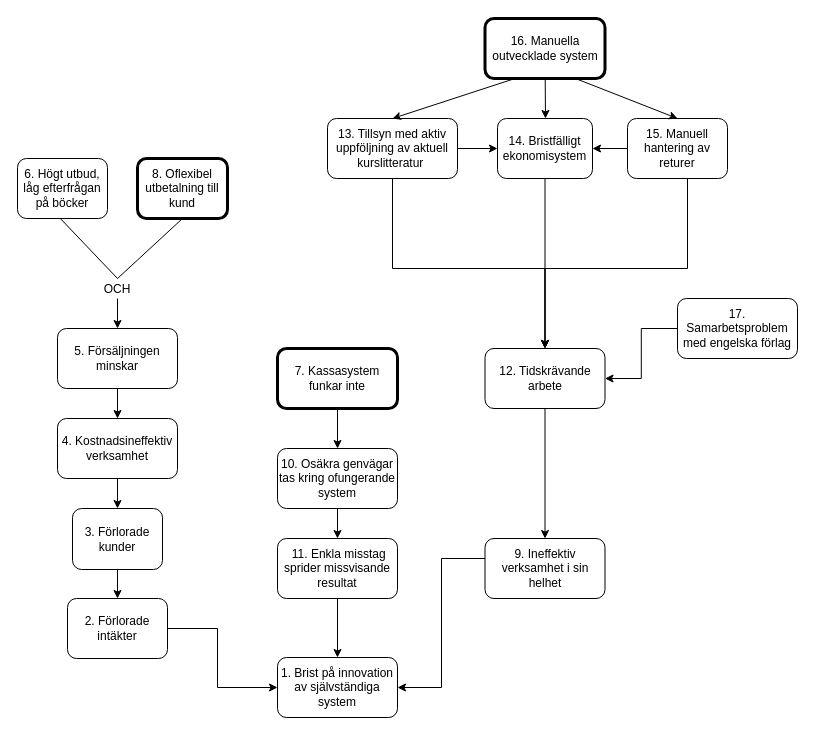
Before: Namnlöst diagram.drawio in madlo5/madlo5, a draw.io diagram. Source tidied: cells renumbered, new cells numbered last; positions are measured from the earlier drawing's top-left corner, leaving out a move shared by most shapes. Both pictures are drawn from the tidied source at 100%, with x=0, y=0 at pixel (17, 18).
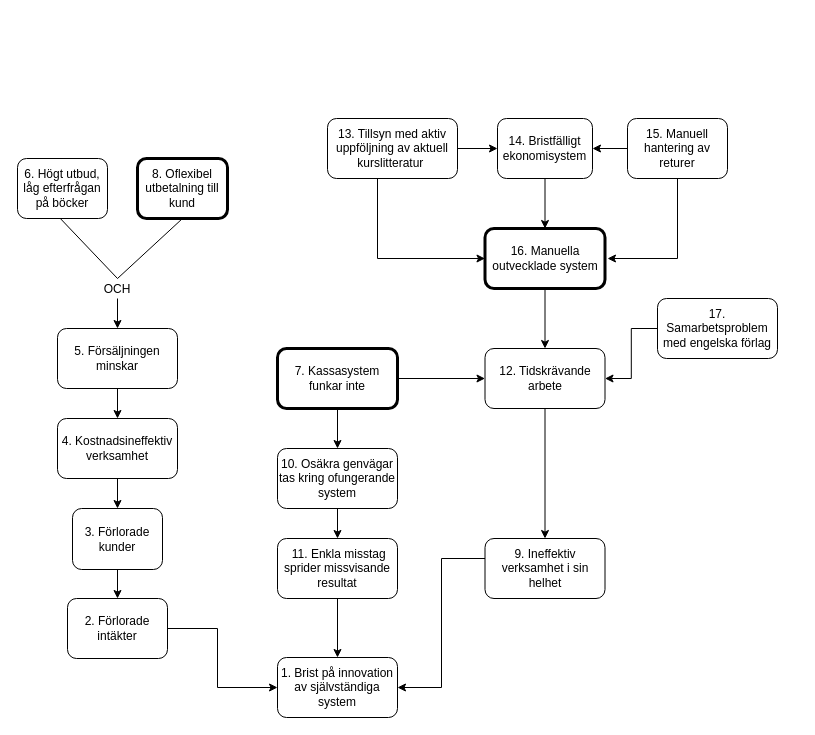
After the change.

The change refers to these unchanged cells:
```xml
<mxCell id="12" value="7. Kassasystem funkar inte" style="rounded=1;whiteSpace=wrap;html=1;strokeWidth=3;" parent="1" vertex="1">
  <mxGeometry x="260" y="330" width="120" height="60" as="geometry" />
</mxCell>
<mxCell id="18" value="13. Tillsyn med aktiv uppföljning av aktuell kurslitteratur&amp;nbsp;" style="rounded=1;whiteSpace=wrap;html=1;" parent="1" vertex="1">
  <mxGeometry x="310" y="100" width="130" height="60" as="geometry" />
</mxCell>
<mxCell id="20" value="14. Bristfälligt ekonomisystem" style="rounded=1;whiteSpace=wrap;html=1;" parent="1" vertex="1">
  <mxGeometry x="480" y="100" width="95" height="60" as="geometry" />
</mxCell>
<mxCell id="22" value="12. Tidskrävande arbete" style="rounded=1;whiteSpace=wrap;html=1;" parent="1" vertex="1">
  <mxGeometry x="467.5" y="330" width="120" height="60" as="geometry" />
</mxCell>
<mxCell id="25" value="15. Manuell hantering av returer" style="rounded=1;whiteSpace=wrap;html=1;" parent="1" vertex="1">
  <mxGeometry x="610" y="100" width="100" height="60" as="geometry" />
</mxCell>
```

What changed in the source:
```diff
@@
+    <mxCell id="41" style="edgeStyle=orthogonalEdgeStyle;rounded=0;jettySize=auto;html=1;entryX=0;entryY=0.5;entryDx=0;entryDy=0;" parent="1" edge="1" source="12" target="22">
+      <mxGeometry relative="1" as="geometry" />
+    </mxCell>
@@
-    <mxCell id="17" style="edgeStyle=orthogonalEdgeStyle;rounded=0;jettySize=auto;html=1;entryX=0.5;entryY=0;entryDx=0;entryDy=0;" parent="1" edge="1" source="18" target="22">
-      <mxGeometry relative="1" as="geometry">
-        <Array as="points">
-          <mxPoint x="375" y="250" />
-          <mxPoint x="528" y="250" />
-        </Array>
-      </mxGeometry>
-    </mxCell>
+    <mxCell id="42" style="edgeStyle=orthogonalEdgeStyle;rounded=0;jettySize=auto;html=1;entryX=0;entryY=0.5;entryDx=0;entryDy=0;" parent="1" edge="1" source="18" target="30">
+      <mxGeometry relative="1" as="geometry">
+        <Array as="points">
+          <mxPoint x="360" y="240" />
+        </Array>
+      </mxGeometry>
+    </mxCell>
@@
-    <mxCell id="19" style="edgeStyle=orthogonalEdgeStyle;rounded=0;jettySize=auto;html=1;entryX=0.5;entryY=0;entryDx=0;entryDy=0;" parent="1" edge="1" source="20" target="22">
-      <mxGeometry relative="1" as="geometry" />
-    </mxCell>
+    <mxCell id="43" style="edgeStyle=orthogonalEdgeStyle;rounded=0;jettySize=auto;html=1;" parent="1" edge="1" source="20" target="30">
+      <mxGeometry relative="1" as="geometry" />
+    </mxCell>
@@
-    <mxCell id="23" style="edgeStyle=orthogonalEdgeStyle;rounded=0;jettySize=auto;html=1;entryX=0.5;entryY=0;entryDx=0;entryDy=0;exitX=0.5;exitY=1;exitDx=0;exitDy=0;" parent="1" edge="1" source="25" target="22">
-      <mxGeometry relative="1" as="geometry">
-        <Array as="points">
-          <mxPoint x="670" y="250" />
-          <mxPoint x="528" y="250" />
-        </Array>
-      </mxGeometry>
-    </mxCell>
@@
+    <mxCell id="44" style="edgeStyle=orthogonalEdgeStyle;rounded=0;jettySize=auto;html=1;" parent="1" edge="1" source="25">
+      <mxGeometry relative="1" as="geometry">
+        <mxPoint x="590" y="240" as="targetPoint" />
+        <Array as="points">
+          <mxPoint x="660" y="240" />
+          <mxPoint x="590" y="240" />
+        </Array>
+      </mxGeometry>
+    </mxCell>
@@
     <mxCell id="27" value="17. Samarbetsproblem med engelska förlag" style="rounded=1;whiteSpace=wrap;html=1;" parent="1" vertex="1">
-      <mxGeometry x="660" y="280" width="120" height="60" as="geometry" />
+      <mxGeometry x="640" y="280" width="120" height="60" as="geometry" />
     </mxCell>
@@
+    <mxCell id="45" style="edgeStyle=orthogonalEdgeStyle;rounded=0;jettySize=auto;html=1;" parent="1" edge="1" source="30" target="22">
+      <mxGeometry relative="1" as="geometry" />
+    </mxCell>
     <mxCell id="30" value="16. Manuella outvecklade system" style="rounded=1;whiteSpace=wrap;html=1;strokeWidth=3;" parent="1" vertex="1">
-      <mxGeometry x="467.5" width="120" height="60" as="geometry" />
+      <mxGeometry x="467.5" y="210" width="120" height="60" as="geometry" />
     </mxCell>
-    <mxCell id="31" style="endArrow=classic;html=1;rounded=0;entryX=0.5;entryY=0;entryDx=0;entryDy=0;exitX=0.25;exitY=1;exitDx=0;exitDy=0;" parent="1" edge="1" source="30" target="18">
-      <mxGeometry relative="1" as="geometry" />
-    </mxCell>
-    <mxCell id="32" style="endArrow=classic;html=1;rounded=0;" parent="1" edge="1" source="30">
-      <mxGeometry relative="1" as="geometry">
-        <mxPoint x="528" y="100" as="targetPoint" />
-      </mxGeometry>
-    </mxCell>
-    <mxCell id="33" style="endArrow=classic;html=1;rounded=0;entryX=0.5;entryY=0;entryDx=0;entryDy=0;" parent="1" edge="1" target="25">
-      <mxGeometry relative="1" as="geometry">
-        <mxPoint x="558" y="60" as="sourcePoint" />
-      </mxGeometry>
-    </mxCell>
```
